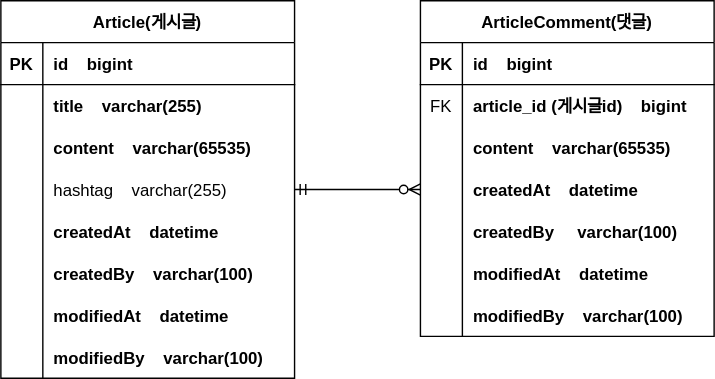
The draw.io diagram document/board_erd.drawio.svg in MJ0501/board, before a commit. Source tidied: cells renumbered, new cells last; positions are measured from the earlier drawing's top-left corner, leaving out a move shared by most shapes.
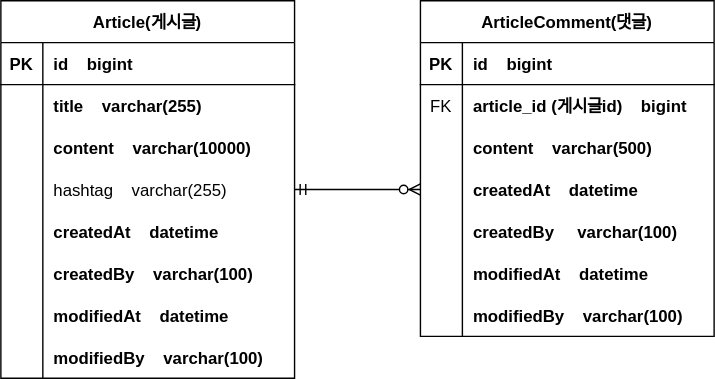
Later version of the same file.

Diff of the diagram source:
```diff
@@ -29,7 +29,7 @@
     <mxCell id="10" style="shape=partialRectangle;overflow=hidden;fillColor=none;top=0;left=0;bottom=0;right=0;" parent="9" vertex="1">
       <mxGeometry width="30" height="30" as="geometry" />
     </mxCell>
-    <mxCell id="11" value="content    varchar(65535)" style="shape=partialRectangle;overflow=hidden;fillColor=none;top=0;left=0;bottom=0;right=0;align=left;spacingLeft=6;fontStyle=1;" parent="9" vertex="1">
+    <mxCell id="11" value="content    varchar(10000)" style="shape=partialRectangle;overflow=hidden;fillColor=none;top=0;left=0;bottom=0;right=0;align=left;spacingLeft=6;fontStyle=1;" parent="9" vertex="1">
       <mxGeometry x="30" width="180" height="30" as="geometry" />
     </mxCell>
     <mxCell id="12" style="shape=partialRectangle;fillColor=none;points=[[0,0.5],[1,0.5]];portConstraint=eastwest;top=0;left=0;right=0;bottom=0;" parent="2" vertex="1">
@@ -104,7 +104,7 @@
     <mxCell id="35" style="shape=partialRectangle;overflow=hidden;fillColor=none;top=0;left=0;bottom=0;right=0;" parent="34" vertex="1">
       <mxGeometry width="30" height="30" as="geometry" />
     </mxCell>
-    <mxCell id="36" value="content    varchar(65535)" style="shape=partialRectangle;overflow=hidden;fillColor=none;top=0;left=0;bottom=0;right=0;align=left;spacingLeft=6;fontStyle=1;" parent="34" vertex="1">
+    <mxCell id="36" value="content    varchar(500)" style="shape=partialRectangle;overflow=hidden;fillColor=none;top=0;left=0;bottom=0;right=0;align=left;spacingLeft=6;fontStyle=1;" parent="34" vertex="1">
       <mxGeometry x="30" width="180" height="30" as="geometry" />
     </mxCell>
     <mxCell id="37" style="shape=partialRectangle;fillColor=none;points=[[0,0.5],[1,0.5]];portConstraint=eastwest;top=0;left=0;right=0;bottom=0;" parent="27" vertex="1">
```
